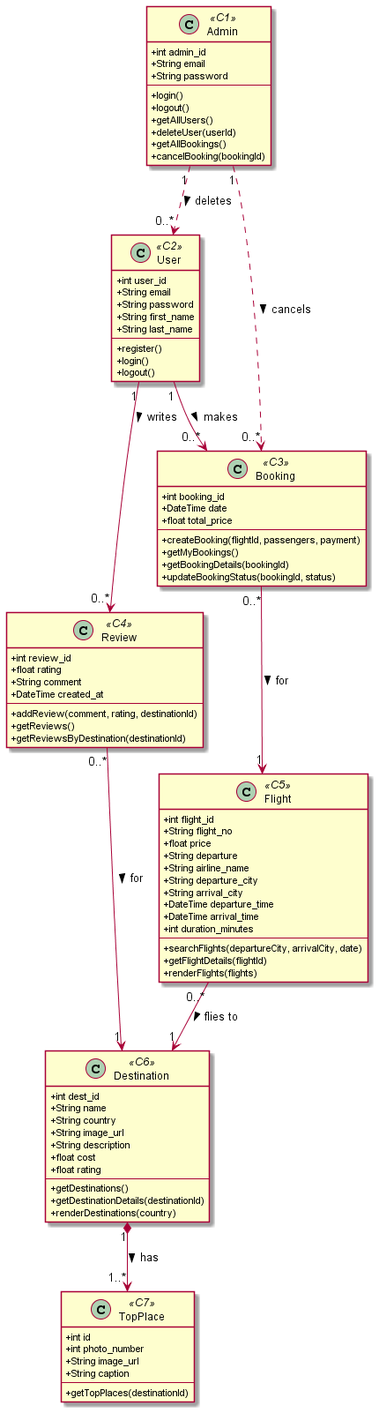
The PlantUML diagram Docs/Design/Class Diagram.png in ahmednabil4477/QA-project-tool, before a commit.
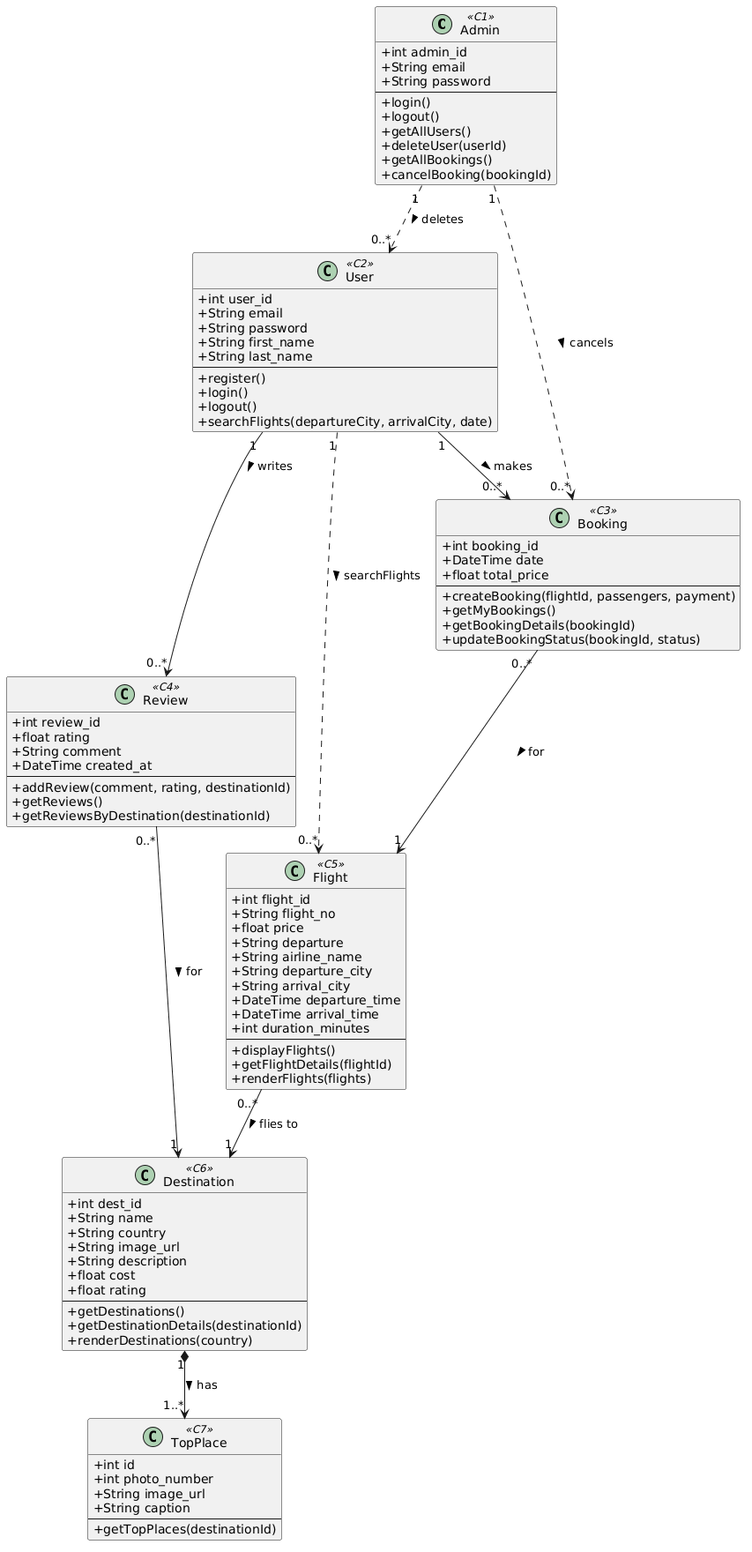
The same diagram one commit later.

Commit message:
Update Class Diagram

The edit, as a diff of the source:
```diff
@@ -24,6 +24,7 @@
   +register()
   +login()
   +logout()
+  +searchFlights(departureCity, arrivalCity, date)
 }
 
 class Booking <<C3>> {
@@ -60,7 +61,7 @@
   +DateTime arrival_time
   +int duration_minutes
   --
-  +searchFlights(departureCity, arrivalCity, date)
+  +displayFlights()
   +getFlightDetails(flightId)
   +renderFlights(flights)
 }
@@ -93,6 +94,7 @@
 
 User "1" --> "0..*" Booking : makes >
 User "1" --> "0..*" Review : writes >
+User "1" ..> "0..*" Flight : searchFlights >
 
 Booking "0..*" --> "1" Flight : for >
 
@@ -101,5 +103,4 @@
 Review "0..*" --> "1" Destination : for >
 
 Destination "1" *--> "1..*" TopPlace : has >
-
 @enduml
```
